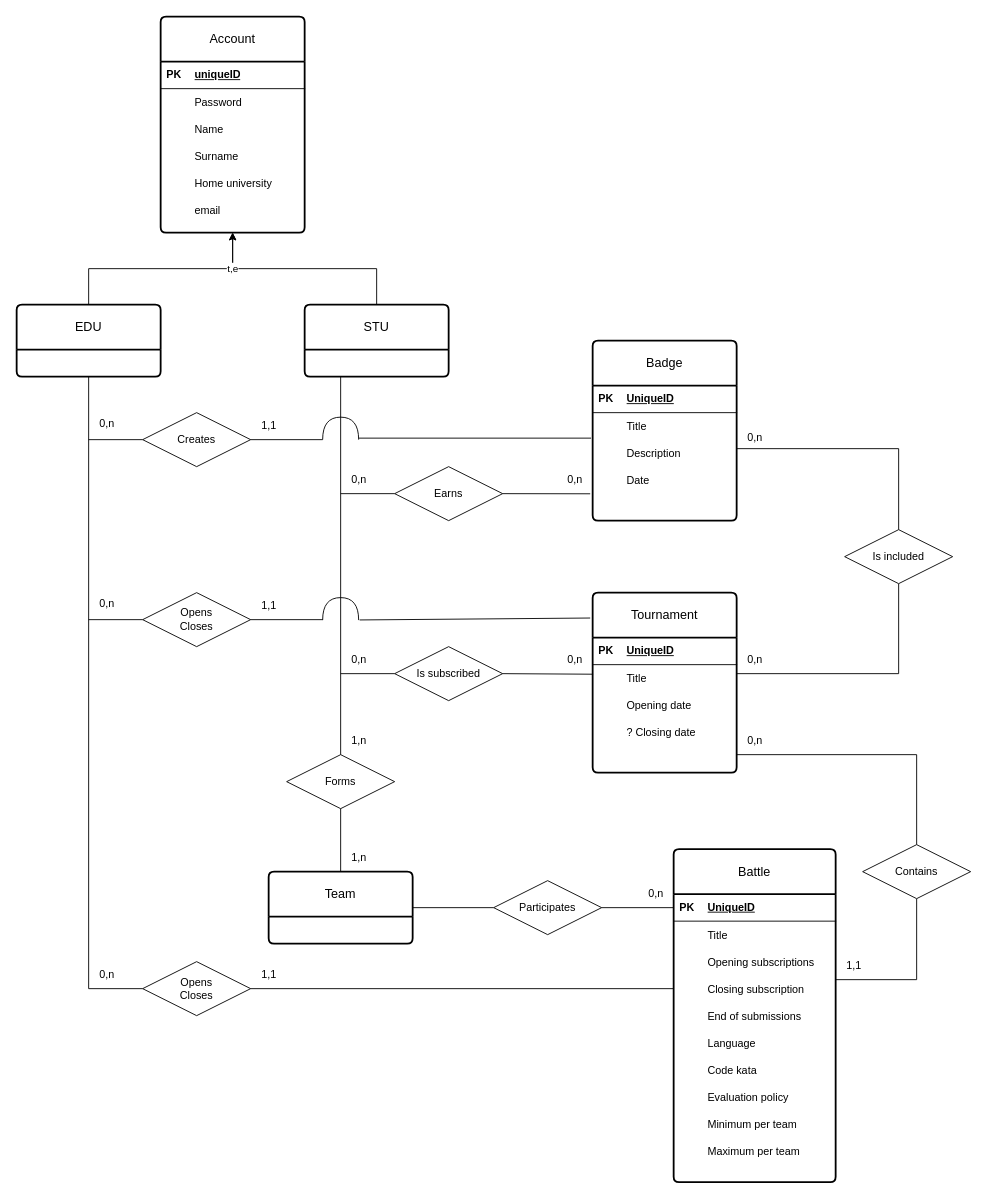
This is page "E-R" (3 of 9) of DD/images/diagrams/chapter2.drawio from pontig/sw-eng-2-PasiniPontiggiaStasi, a draw.io file, before an edit. Source tidied: cells renumbered, new cells numbered last; positions are measured from the earlier drawing's top-left corner, leaving out a move shared by most shapes. Both pictures are drawn from the tidied source at 90%, with x=0, y=0 at pixel (16, 16).
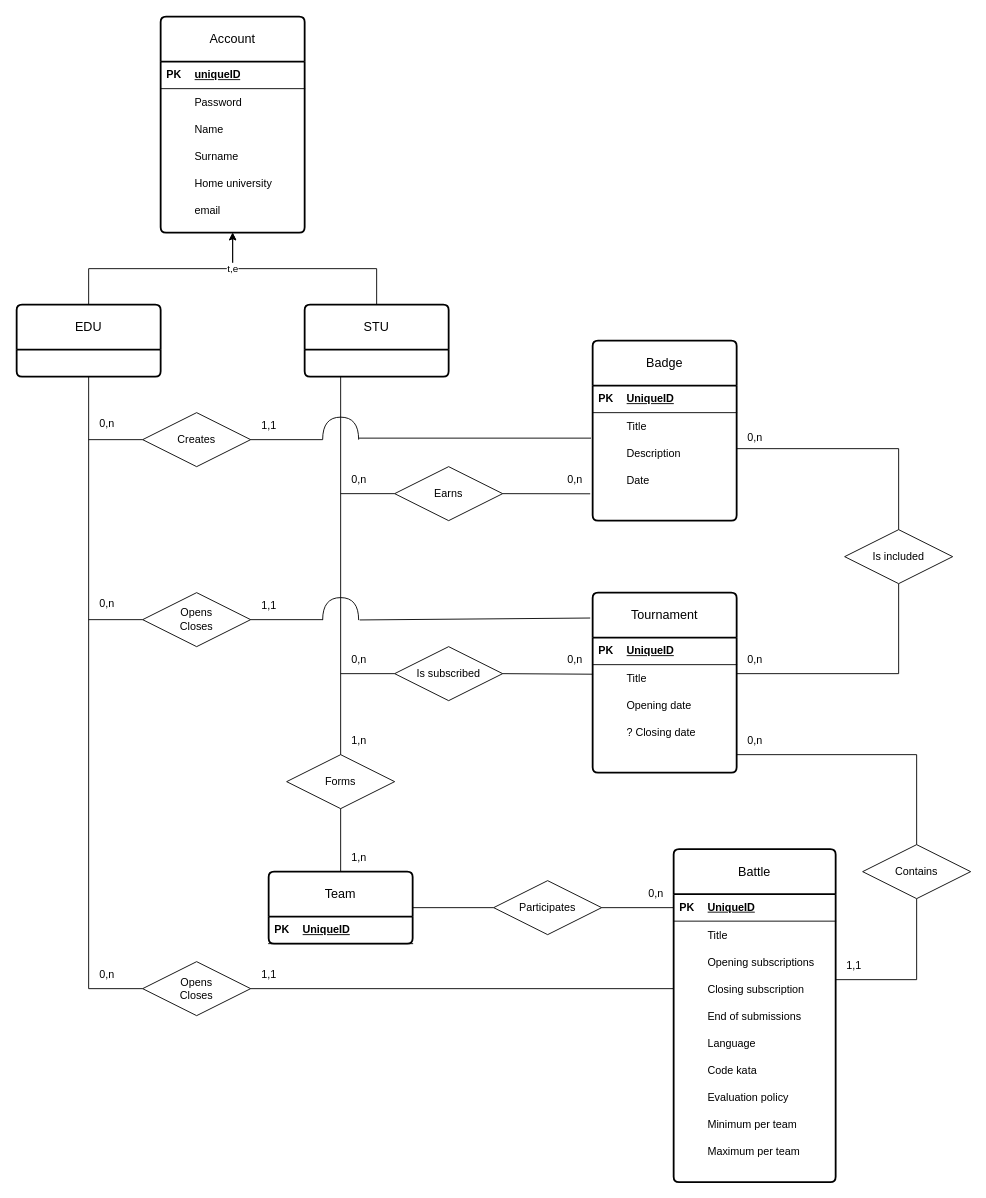
After the change.

Unchanged cells that the change refers to:
```xml
<mxCell id="92" value="Team" style="swimlane;horizontal=1;startSize=50;rounded=1;fontSize=14;fontStyle=0;strokeWidth=2;shadow=0;dashed=0;align=center;arcSize=4;whiteSpace=wrap;html=1;" parent="1" vertex="1">
  <mxGeometry x="280" y="950" width="160" height="80" as="geometry" />
</mxCell>
```

Diff of the diagram source:
```diff
@@
+    <mxCell id="136" style="shape=table;startSize=0;childLayout=tableLayout;rowLines=0;fontStyle=0;align=center;strokeColor=none;fillColor=none;" parent="92" vertex="1">
+      <mxGeometry y="50" width="160" height="30" as="geometry" />
+    </mxCell>
+    <mxCell id="137" style="shape=tableRow;horizontal=0;startSize=0;swimlaneHead=0;swimlaneBody=0;fillColor=none;top=0;left=0;right=0;bottom=1;" parent="136" vertex="1">
+      <mxGeometry width="160" height="30" as="geometry" />
+    </mxCell>
+    <mxCell id="138" value="PK" style="shape=partialRectangle;fillColor=none;top=0;left=0;bottom=0;right=0;fontStyle=1;overflow=hidden;whiteSpace=wrap;html=1;" parent="137" vertex="1">
+      <mxGeometry width="30" height="30" as="geometry" />
+    </mxCell>
+    <mxCell id="139" value="UniqueID" style="shape=partialRectangle;fillColor=none;top=0;left=0;bottom=0;right=0;align=left;spacingLeft=6;fontStyle=5;overflow=hidden;whiteSpace=wrap;html=1;" parent="137" vertex="1">
+      <mxGeometry x="30" width="130" height="30" as="geometry" />
+    </mxCell>
```
